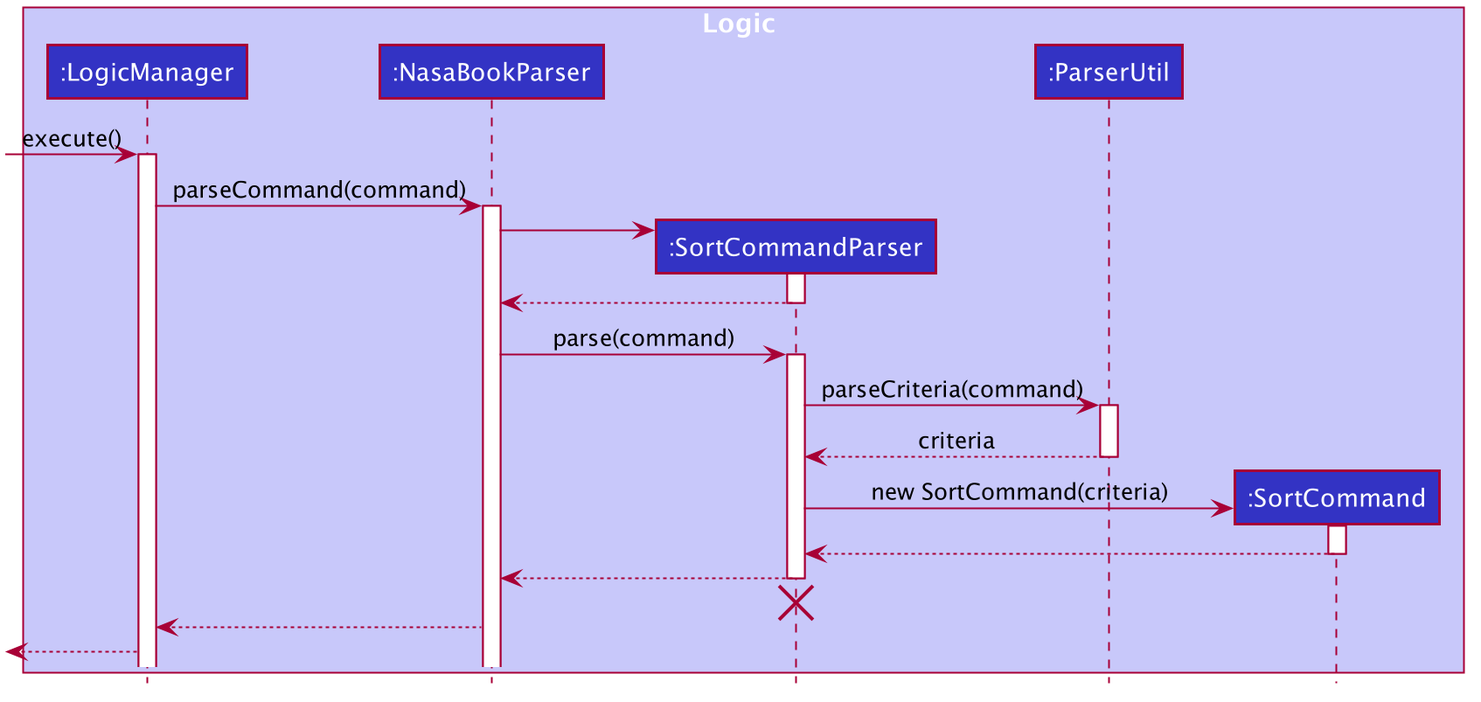
This is docs/images/SortLogicSequenceDiagram.png from nus-cs2103-AY1920S2/addressbook-level3, a PlantUML export, as it was before one commit. Its diagram source:
```plantuml
@startuml








skinparam BackgroundColor #FFFFFFF

skinparam Shadowing false

skinparam Class {
    FontColor #FFFFFF
    BorderThickness 1
    BorderColor #FFFFFF
    StereotypeFontColor #FFFFFF
    FontName Arial
}

skinparam Actor {
    BorderColor #000000
    Color #000000
    FontName Arial
}

skinparam Sequence {
    MessageAlign center
    BoxFontSize 15
    BoxPadding 0
    BoxFontColor #FFFFFF
    FontName Arial
}

skinparam Participant {
    FontColor #FFFFFFF
    Padding 20
}

skinparam MinClassWidth 50
skinparam ParticipantPadding 10
skinparam Shadowing false
skinparam DefaultTextAlignment center
skinparam packageStyle Rectangle

hide footbox
hide members
hide circle

box Logic #C8C8FA
participant ":LogicManager" as LogicManager #3333C4
participant ":NasaBookParser" as NasaBookParser #3333C4
participant ":SortCommandParser" as SortCommandParser #3333C4
participant ":ParserUtil" as ParserUtil #3333C4
participant ":SortCommand" as SortCommand #3333C4
end box

[-> LogicManager : execute()
activate LogicManager

LogicManager -> NasaBookParser : parseCommand(command)
activate NasaBookParser

create SortCommandParser
NasaBookParser -> SortCommandParser
activate SortCommandParser

SortCommandParser --> NasaBookParser
deactivate SortCommandParser

NasaBookParser -> SortCommandParser : parse(command)
activate SortCommandParser

SortCommandParser -> ParserUtil : parseCriteria(command)
activate ParserUtil

ParserUtil --> SortCommandParser : criteria
deactivate ParserUtil

create SortCommand
SortCommandParser -> SortCommand : new SortCommand(criteria)

activate SortCommand
SortCommand --> SortCommandParser :
deactivate SortCommand

SortCommandParser --> NasaBookParser :
deactivate SortCommandParser
SortCommandParser -[hidden]-> NasaBookParser
destroy SortCommandParser

NasaBookParser --> LogicManager :

<-- LogicManager :

@enduml
```
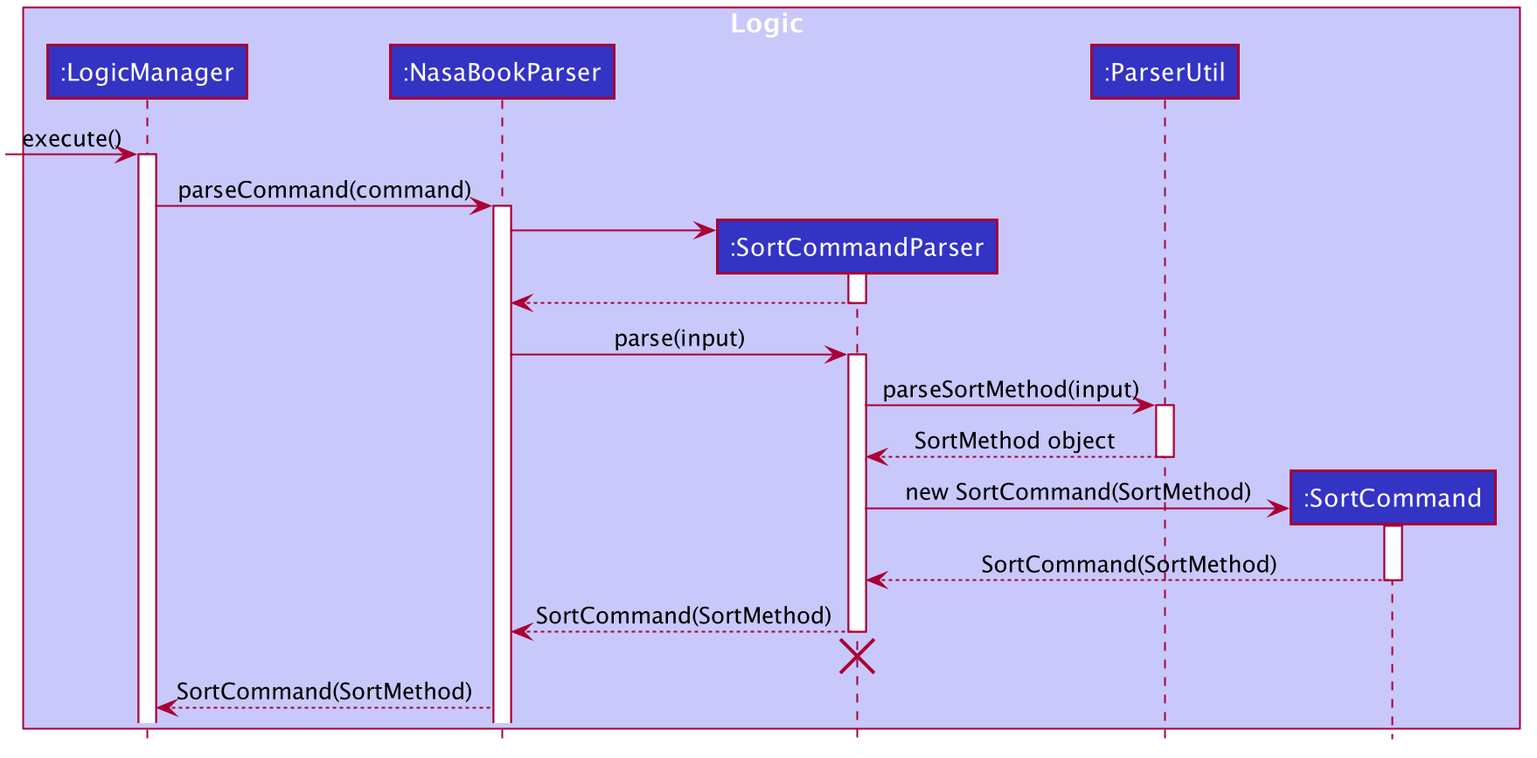
After the commit.

What changed in the source:
```diff
@@ -69,29 +69,27 @@
 SortCommandParser --> NasaBookParser
 deactivate SortCommandParser
 
-NasaBookParser -> SortCommandParser : parse(command)
+NasaBookParser -> SortCommandParser : parse(input)
 activate SortCommandParser
 
-SortCommandParser -> ParserUtil : parseCriteria(command)
+SortCommandParser -> ParserUtil : parseSortMethod(input)
 activate ParserUtil
 
-ParserUtil --> SortCommandParser : criteria
+ParserUtil --> SortCommandParser : SortMethod object
 deactivate ParserUtil
 
 create SortCommand
-SortCommandParser -> SortCommand : new SortCommand(criteria)
+SortCommandParser -> SortCommand : new SortCommand(SortMethod)
 
 activate SortCommand
-SortCommand --> SortCommandParser :
+SortCommand --> SortCommandParser : SortCommand(SortMethod)
 deactivate SortCommand
 
-SortCommandParser --> NasaBookParser :
+SortCommandParser --> NasaBookParser : SortCommand(SortMethod)
 deactivate SortCommandParser
 SortCommandParser -[hidden]-> NasaBookParser
 destroy SortCommandParser
 
-NasaBookParser --> LogicManager :
-
-<-- LogicManager :
+NasaBookParser --> LogicManager : SortCommand(SortMethod)
 
 @enduml
```
